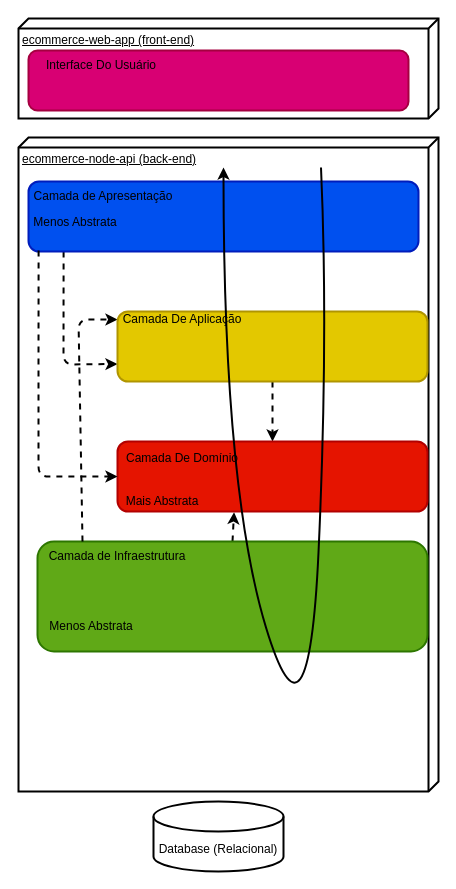
Above: page "Arquitetura em camadas" (1 of 2) of requirements/ecommerce-arquitetura.drawio in raissiafreitas/ecommerce-node-api (draw.io), before the change. Source tidied: cells renumbered, new cells numbered last; positions are measured from the earlier drawing's top-left corner, leaving out a move shared by most shapes. Both pictures are drawn from the tidied source at 100%, with x=0, y=0 at pixel (18, 18).
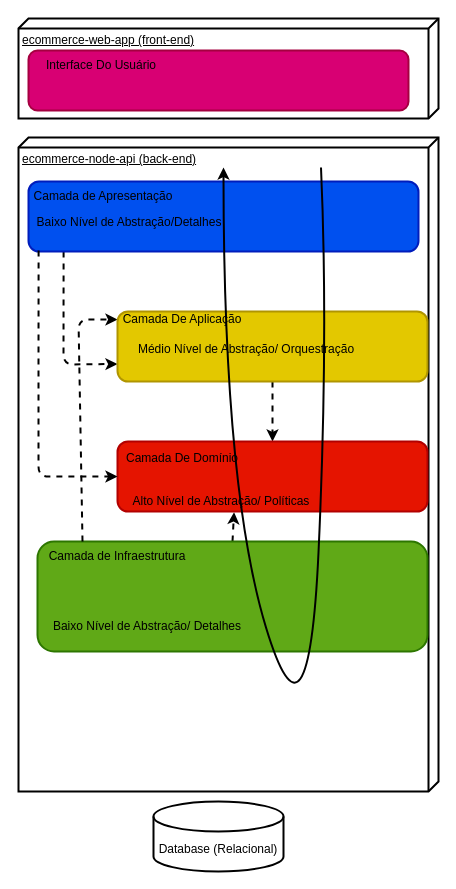
Above is the later version.

Diff of the diagram source:
```diff
@@
-    <mxCell id="8" style="rounded=1;whiteSpace=wrap;html=1;strokeWidth=2;fillColor=#60a917;fontColor=#ffffff;strokeColor=#2D7600;points=[[0,0,0,0,0],[0,0.25,0,0,0],[0,0.5,0,0,0],[0,0.75,0,0,0],[0,1,0,0,0],[0.04,0,0,0,-3],[0.25,1,0,0,0],[0.5,0,0,0,0],[0.5,1,0,0,0],[0.75,0,0,0,0],[0.75,1,0,0,0],[1,0,0,0,0],[1,0.25,0,0,0],[1,0.5,0,0,0],[1,0.75,0,0,0],[1,1,0,0,0]];" parent="1" vertex="1">
+    <mxCell id="8" style="rounded=1;whiteSpace=wrap;html=1;strokeWidth=2;fillColor=#60A917;fontColor=#ffffff;strokeColor=#2D7600;points=[[0,0,0,0,0],[0,0.25,0,0,0],[0,0.5,0,0,0],[0,0.75,0,0,0],[0,1,0,0,0],[0.04,0,0,0,-3],[0.25,1,0,0,0],[0.5,0,0,0,0],[0.5,1,0,0,0],[0.75,0,0,0,0],[0.75,1,0,0,0],[1,0,0,0,0],[1,0.25,0,0,0],[1,0.5,0,0,0],[1,0.75,0,0,0],[1,1,0,0,0]];" parent="1" vertex="1">
       <mxGeometry x="19" y="523" width="390" height="110" as="geometry" />
     </mxCell>
@@
-    <mxCell id="19" value="Mais Abstrata" style="text;html=1;strokeColor=none;fillColor=none;align=center;verticalAlign=middle;whiteSpace=wrap;rounded=0;" parent="1" vertex="1">
-      <mxGeometry x="106" y="468" width="76" height="30" as="geometry" />
+    <mxCell id="19" value="Alto Nível de Abstração/ Políticas" style="text;html=1;strokeColor=none;fillColor=none;align=center;verticalAlign=middle;whiteSpace=wrap;rounded=0;" parent="1" vertex="1">
+      <mxGeometry x="106" y="468" width="194" height="30" as="geometry" />
     </mxCell>
-    <mxCell id="20" value="Menos Abstrata" style="text;html=1;strokeColor=none;fillColor=none;align=center;verticalAlign=middle;whiteSpace=wrap;rounded=0;" parent="1" vertex="1">
-      <mxGeometry x="28" y="593" width="90" height="30" as="geometry" />
+    <mxCell id="20" value="Baixo Nível de Abstração/ Detalhes" style="text;html=1;strokeColor=none;fillColor=none;align=center;verticalAlign=middle;whiteSpace=wrap;rounded=0;" parent="1" vertex="1">
+      <mxGeometry x="28" y="593" width="202" height="30" as="geometry" />
     </mxCell>
-    <mxCell id="21" value="Menos Abstrata" style="text;html=1;strokeColor=none;fillColor=none;align=center;verticalAlign=middle;whiteSpace=wrap;rounded=0;" parent="1" vertex="1">
-      <mxGeometry x="12" y="189" width="90" height="30" as="geometry" />
+    <mxCell id="21" value="Baixo Nível de Abstração/Detalhes" style="text;html=1;strokeColor=none;fillColor=none;align=center;verticalAlign=middle;whiteSpace=wrap;rounded=0;" parent="1" vertex="1">
+      <mxGeometry x="12" y="189" width="198" height="30" as="geometry" />
     </mxCell>
@@
+    <mxCell id="24" value="Médio Nível de Abstração/ Orquestração" style="text;html=1;strokeColor=none;fillColor=none;align=center;verticalAlign=middle;whiteSpace=wrap;rounded=0;" parent="1" vertex="1">
+      <mxGeometry x="106" y="316" width="244" height="30" as="geometry" />
+    </mxCell>
```
